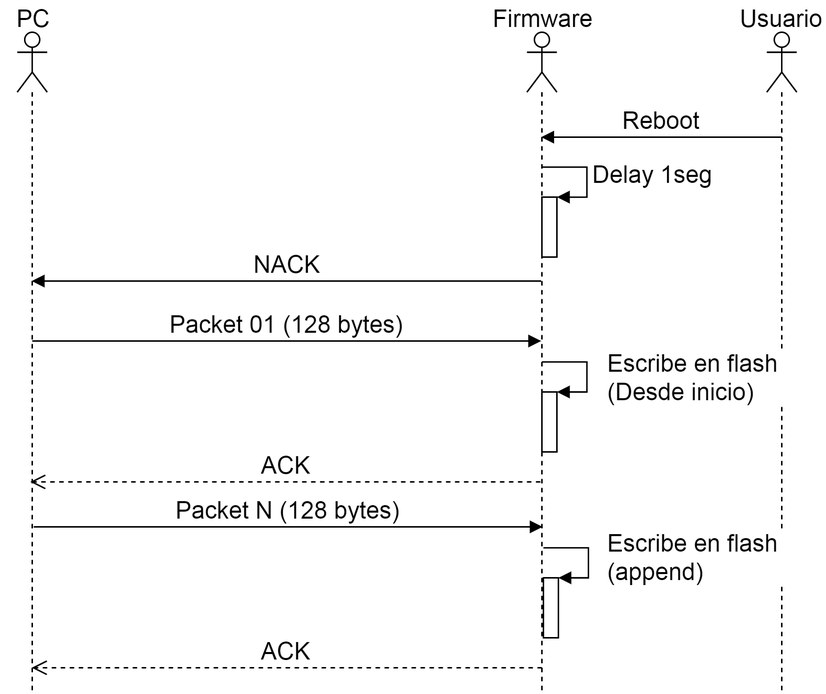
Before: Figures/fig_ide_xmodem.png, a diagram exported from draw.io (ernesto-g/tpfinalcese). Source tidied: cells renumbered, new cells last; positions are measured from the earlier drawing's top-left corner, leaving out a move shared by most shapes.
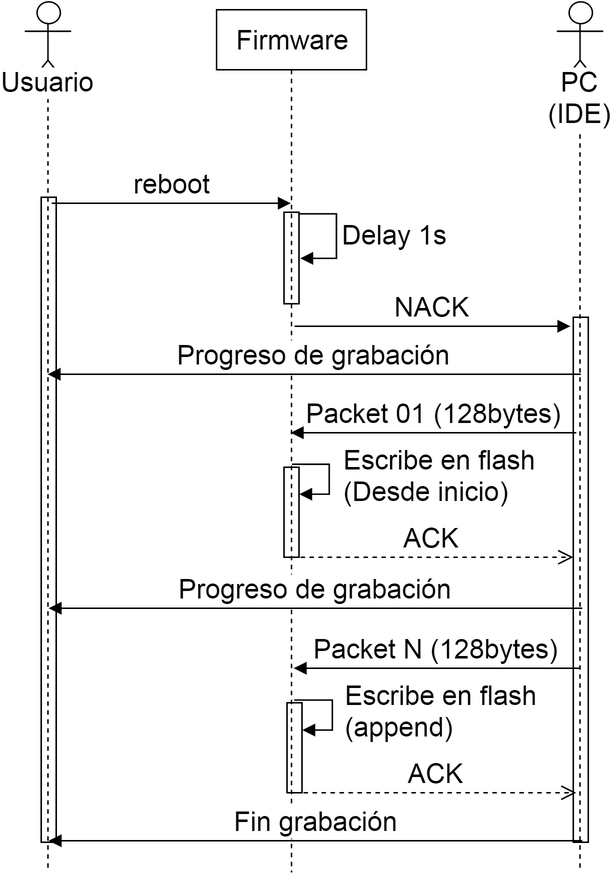
The same file after the commit.

What changed in the source:
```diff
@@ -2,98 +2,111 @@
   <root>
     <mxCell id="0" />
     <mxCell id="1" parent="0" />
-    <mxCell id="2" style="shape=umlLifeline;participant=umlActor;perimeter=lifelinePerimeter;whiteSpace=wrap;html=1;verticalAlign=top;spacingTop=36;labelBackgroundColor=#ffffff;outlineConnect=0;" parent="1" vertex="1">
-      <mxGeometry x="10" y="20" width="20" height="440" as="geometry" />
+    <mxCell id="2" value="Usuario" style="shape=umlLifeline;participant=umlActor;perimeter=lifelinePerimeter;whiteSpace=wrap;html=1;verticalAlign=top;spacingTop=36;labelBackgroundColor=#ffffff;outlineConnect=0;rounded=0;shadow=0;glass=0;comic=0;fillColor=none;fontSize=18;size=58;" parent="1" vertex="1">
+      <mxGeometry x="-218" width="31" height="580" as="geometry" />
     </mxCell>
-    <mxCell id="3" style="shape=umlLifeline;participant=umlActor;perimeter=lifelinePerimeter;whiteSpace=wrap;html=1;verticalAlign=top;spacingTop=36;labelBackgroundColor=#ffffff;outlineConnect=0;" parent="1" vertex="1">
-      <mxGeometry x="350" y="20" width="20" height="440" as="geometry" />
+    <mxCell id="3" value="reboot" style="html=1;verticalAlign=bottom;endArrow=block;fontSize=18;" parent="2" edge="1">
+      <mxGeometry relative="1" as="geometry">
+        <mxPoint x="18" y="134" as="sourcePoint" />
+        <mxPoint x="177.5" y="134" as="targetPoint" />
+      </mxGeometry>
     </mxCell>
-    <mxCell id="4" style="html=1;points=[];perimeter=orthogonalPerimeter;" parent="3" vertex="1">
-      <mxGeometry x="10" y="110" width="10" height="40" as="geometry" />
-    </mxCell>
-    <mxCell id="5" value="&lt;font style=&quot;font-size: 16px&quot;&gt;Delay 1seg&lt;/font&gt;" style="edgeStyle=orthogonalEdgeStyle;html=1;align=left;spacingLeft=2;endArrow=block;rounded=0;entryX=1;entryY=0;strokeColor=#000000;" parent="3" edge="1" source="3" target="4">
-      <mxGeometry relative="1" as="geometry">
-        <Array as="points">
-          <mxPoint x="40" y="90" />
-          <mxPoint x="40" y="110" />
-        </Array>
-      </mxGeometry>
-    </mxCell>
+    <mxCell id="20" style="html=1;perimeter=orthogonalPerimeter;rounded=0;shadow=0;glass=0;comic=0;fillColor=none;fontSize=18;" parent="2" vertex="1">
+      <mxGeometry x="11" y="130" width="10" height="430" as="geometry" />
+    </mxCell>
-    <mxCell id="6" value="&lt;font style=&quot;font-size: 16px&quot;&gt;PC&lt;/font&gt;" style="text;html=1;strokeColor=none;fillColor=none;align=center;verticalAlign=middle;whiteSpace=wrap;" parent="1" vertex="1">
-      <mxGeometry width="40" height="20" as="geometry" />
+    <mxCell id="6" value="Firmware" style="shape=umlLifeline;perimeter=lifelinePerimeter;whiteSpace=wrap;html=1;rounded=0;shadow=0;glass=0;comic=0;fillColor=none;fontSize=18;" parent="1" vertex="1">
+      <mxGeometry x="-90" y="5" width="100" height="575" as="geometry" />
     </mxCell>
+    <mxCell id="14" style="html=1;points=[];perimeter=orthogonalPerimeter;rounded=0;shadow=0;glass=0;comic=0;fillColor=none;fontSize=18;" parent="6" vertex="1">
+      <mxGeometry x="45" y="305" width="10" height="60" as="geometry" />
+    </mxCell>
-    <mxCell id="7" value="&lt;font style=&quot;font-size: 16px&quot;&gt;Firmware&lt;/font&gt;" style="text;html=1;strokeColor=none;fillColor=none;align=center;verticalAlign=middle;whiteSpace=wrap;" parent="1" vertex="1">
-      <mxGeometry x="340" width="40" height="20" as="geometry" />
+    <mxCell id="7" style="html=1;points=[];perimeter=orthogonalPerimeter;rounded=0;shadow=0;glass=0;comic=0;fillColor=none;fontSize=18;" parent="1" vertex="1">
+      <mxGeometry x="-45" y="140" width="10" height="61" as="geometry" />
     </mxCell>
-    <mxCell id="8" value="&lt;font style=&quot;font-size: 16px&quot;&gt;NACK&lt;/font&gt;" style="html=1;verticalAlign=bottom;endArrow=block;strokeColor=#000000;" parent="1" edge="1">
+    <mxCell id="8" value="Delay 1s" style="edgeStyle=orthogonalEdgeStyle;html=1;align=left;spacingLeft=2;endArrow=block;rounded=0;fontSize=18;entryX=1.086;entryY=0.5;entryPerimeter=0;" parent="1" edge="1" target="7">
       <mxGeometry relative="1" as="geometry">
-        <mxPoint x="359.5" y="186" as="sourcePoint" />
-        <mxPoint x="19.7" y="186" as="targetPoint" />
+        <mxPoint x="-35" y="141" as="sourcePoint" />
         <Array as="points">
-          <mxPoint x="240" y="186" />
+          <mxPoint x="-10" y="141" />
+          <mxPoint x="-10" y="171" />
         </Array>
       </mxGeometry>
     </mxCell>
-    <mxCell id="9" style="shape=umlLifeline;participant=umlActor;perimeter=lifelinePerimeter;whiteSpace=wrap;html=1;verticalAlign=top;spacingTop=36;labelBackgroundColor=#ffffff;" parent="1" vertex="1">
-      <mxGeometry x="510" y="20" width="20" height="440" as="geometry" />
+    <mxCell id="9" value="&lt;div&gt;NACK&lt;/div&gt;" style="html=1;verticalAlign=bottom;endArrow=block;fontSize=18;" parent="1" edge="1">
+      <mxGeometry x="234" y="115" as="geometry">
+        <mxPoint x="-38" y="216" as="sourcePoint" />
+        <mxPoint x="146" y="216" as="targetPoint" />
+      </mxGeometry>
     </mxCell>
-    <mxCell id="10" value="&lt;font style=&quot;font-size: 16px&quot;&gt;Reboot&lt;/font&gt;" style="html=1;verticalAlign=bottom;endArrow=block;strokeColor=#000000;" parent="1" edge="1" target="3">
-      <mxGeometry relative="1" as="geometry">
-        <mxPoint x="520" y="90" as="sourcePoint" />
-      </mxGeometry>
+    <mxCell id="10" value="PC (IDE)" style="shape=umlLifeline;participant=umlActor;perimeter=lifelinePerimeter;whiteSpace=wrap;html=1;verticalAlign=top;spacingTop=36;labelBackgroundColor=#ffffff;rounded=0;shadow=0;glass=0;comic=0;fillColor=none;fontSize=18;size=58;" parent="1" vertex="1">
+      <mxGeometry x="137" width="31" height="580" as="geometry" />
     </mxCell>
-    <mxCell id="11" value="&lt;font style=&quot;font-size: 16px&quot;&gt;Usuario&lt;/font&gt;" style="text;html=1;strokeColor=none;fillColor=none;align=center;verticalAlign=middle;whiteSpace=wrap;" parent="1" vertex="1">
-      <mxGeometry x="500" width="40" height="20" as="geometry" />
-    </mxCell>
-    <mxCell id="12" value="&lt;font style=&quot;font-size: 16px&quot;&gt;Packet 01 (128 bytes)&lt;/font&gt;" style="html=1;verticalAlign=bottom;endArrow=block;strokeColor=#000000;" parent="1" edge="1">
-      <mxGeometry relative="1" as="geometry">
-        <mxPoint x="20" y="226" as="sourcePoint" />
-        <mxPoint x="359.5" y="226" as="targetPoint" />
-      </mxGeometry>
-    </mxCell>
-    <mxCell id="13" value="&lt;font style=&quot;font-size: 16px&quot;&gt;ACK&lt;/font&gt;" style="html=1;verticalAlign=bottom;endArrow=open;dashed=1;endSize=8;strokeColor=#000000;" parent="1" edge="1">
-      <mxGeometry relative="1" as="geometry">
-        <mxPoint x="359" y="320" as="sourcePoint" />
-        <mxPoint x="18.7" y="320" as="targetPoint" />
-      </mxGeometry>
-    </mxCell>
-    <mxCell id="14" style="html=1;points=[];perimeter=orthogonalPerimeter;" parent="1" vertex="1">
-      <mxGeometry x="360" y="260" width="10" height="40" as="geometry" />
-    </mxCell>
+    <mxCell id="21" style="html=1;perimeter=orthogonalPerimeter;rounded=0;shadow=0;glass=0;comic=0;fillColor=none;fontSize=18;" parent="10" vertex="1">
+      <mxGeometry x="11" y="210" width="10" height="350" as="geometry" />
+    </mxCell>
+    <mxCell id="22" value="&lt;div&gt;Packet 01 (128bytes)&lt;/div&gt;" style="html=1;verticalAlign=bottom;endArrow=block;fontSize=18;" parent="1" edge="1">
+      <mxGeometry x="386" y="186" as="geometry">
+        <mxPoint x="150" y="287" as="sourcePoint" />
+        <mxPoint x="-40.5" y="287" as="targetPoint" />
+      </mxGeometry>
+    </mxCell>
+    <mxCell id="23" value="Progreso de grabación" style="html=1;verticalAlign=bottom;endArrow=block;fontSize=18;" parent="1" edge="1" target="2">
+      <mxGeometry x="389" y="147" as="geometry">
+        <mxPoint x="153" y="248" as="sourcePoint" />
+      </mxGeometry>
+    </mxCell>
+    <mxCell id="5" value="Escribe en flash&lt;div&gt;(Desde inicio)&lt;/div&gt;" style="edgeStyle=orthogonalEdgeStyle;html=1;align=left;spacingLeft=2;endArrow=block;rounded=0;entryX=1;entryY=0;fontSize=18;" parent="1" edge="1">
+      <mxGeometry y="16" as="geometry">
+        <mxPoint x="-40" y="308" as="sourcePoint" />
+        <mxPoint x="-35" y="328" as="targetPoint" />
+        <Array as="points">
+          <mxPoint x="-15" y="308" />
+        </Array>
+        <mxPoint x="28" y="-2" as="offset" />
+      </mxGeometry>
+    </mxCell>
-    <mxCell id="15" value="&lt;font style=&quot;font-size: 16px&quot;&gt;Escribe en flash&amp;nbsp;&lt;/font&gt;&lt;div&gt;&lt;font style=&quot;font-size: 16px&quot;&gt;(Desde inicio)&lt;/font&gt;&lt;/div&gt;" style="edgeStyle=orthogonalEdgeStyle;html=1;align=left;spacingLeft=2;endArrow=block;rounded=0;entryX=1;entryY=0;strokeColor=#000000;" parent="1" edge="1" target="14">
-      <mxGeometry as="geometry">
-        <mxPoint x="359.7" y="240.3" as="sourcePoint" />
-        <Array as="points">
-          <mxPoint x="390" y="240" />
-          <mxPoint x="390" y="260" />
-        </Array>
-        <mxPoint x="35" as="offset" />
+    <mxCell id="15" value="ACK" style="html=1;verticalAlign=bottom;endArrow=open;dashed=1;endSize=8;fontSize=18;" parent="1" edge="1">
+      <mxGeometry relative="1" as="geometry">
+        <mxPoint x="-40" y="370" as="sourcePoint" />
+        <mxPoint x="148" y="370" as="targetPoint" />
       </mxGeometry>
     </mxCell>
-    <mxCell id="16" value="&lt;font style=&quot;font-size: 16px&quot;&gt;Packet N (128 bytes)&lt;/font&gt;" style="html=1;verticalAlign=bottom;endArrow=block;strokeColor=#000000;" parent="1" edge="1">
-      <mxGeometry x="221" y="370" as="geometry">
-        <mxPoint x="21" y="350" as="sourcePoint" />
-        <mxPoint x="360.5" y="350" as="targetPoint" />
+    <mxCell id="16" value="Progreso de grabación" style="html=1;verticalAlign=bottom;endArrow=block;fontSize=18;" parent="1" edge="1">
+      <mxGeometry x="390" y="303" as="geometry">
+        <mxPoint x="154" y="404" as="sourcePoint" />
+        <mxPoint x="-202" y="404" as="targetPoint" />
       </mxGeometry>
     </mxCell>
-    <mxCell id="17" value="&lt;font style=&quot;font-size: 16px&quot;&gt;ACK&lt;/font&gt;" style="html=1;verticalAlign=bottom;endArrow=open;dashed=1;endSize=8;strokeColor=#000000;" parent="1" edge="1">
-      <mxGeometry x="219.7" y="464" as="geometry">
-        <mxPoint x="360" y="444" as="sourcePoint" />
-        <mxPoint x="19.7" y="444" as="targetPoint" />
-      </mxGeometry>
+    <mxCell id="17" style="html=1;perimeter=orthogonalPerimeter;rounded=0;shadow=0;glass=0;comic=0;fillColor=none;fontSize=18;" parent="1" vertex="1">
+      <mxGeometry x="-43" y="467" width="10" height="60" as="geometry" />
     </mxCell>
-    <mxCell id="18" style="html=1;points=[];perimeter=orthogonalPerimeter;" parent="1" vertex="1">
-      <mxGeometry x="361" y="384" width="10" height="40" as="geometry" />
+    <mxCell id="18" value="&lt;div&gt;Packet N (128bytes)&lt;/div&gt;" style="html=1;verticalAlign=bottom;endArrow=block;fontSize=18;" parent="1" edge="1">
+      <mxGeometry x="388" y="343" as="geometry">
+        <mxPoint x="152" y="444" as="sourcePoint" />
+        <mxPoint x="-38.5" y="444" as="targetPoint" />
+      </mxGeometry>
     </mxCell>
-    <mxCell id="19" value="&lt;font style=&quot;font-size: 16px&quot;&gt;Escribe en flash&amp;nbsp;&lt;/font&gt;&lt;div&gt;&lt;font style=&quot;font-size: 16px&quot;&gt;(append)&lt;/font&gt;&lt;/div&gt;" style="edgeStyle=orthogonalEdgeStyle;html=1;align=left;spacingLeft=2;endArrow=block;rounded=0;entryX=1;entryY=0;strokeColor=#000000;" parent="1" edge="1" target="18">
-      <mxGeometry as="geometry">
-        <mxPoint x="361" y="364.3" as="sourcePoint" />
+    <mxCell id="19" value="Escribe en flash&lt;div&gt;(append)&lt;/div&gt;" style="edgeStyle=orthogonalEdgeStyle;html=1;align=left;spacingLeft=2;endArrow=block;rounded=0;entryX=1;entryY=0;fontSize=18;" parent="1" edge="1">
+      <mxGeometry x="2" y="173" as="geometry">
+        <mxPoint x="-38" y="465" as="sourcePoint" />
+        <mxPoint x="-33" y="485" as="targetPoint" />
         <Array as="points">
-          <mxPoint x="391" y="364" />
-          <mxPoint x="391" y="384" />
+          <mxPoint x="-13" y="465" />
         </Array>
-        <mxPoint x="34" y="-4" as="offset" />
+        <mxPoint x="28" y="-2" as="offset" />
       </mxGeometry>
     </mxCell>
+    <mxCell id="13" value="ACK" style="html=1;verticalAlign=bottom;endArrow=open;dashed=1;endSize=8;fontSize=18;" parent="1" edge="1">
+      <mxGeometry x="162" y="547" as="geometry">
+        <mxPoint x="-38" y="527" as="sourcePoint" />
+        <mxPoint x="150" y="527" as="targetPoint" />
+      </mxGeometry>
+    </mxCell>
+    <mxCell id="24" value="Fin grabación" style="html=1;verticalAlign=bottom;endArrow=block;fontSize=18;" parent="1" edge="1">
+      <mxGeometry x="390" y="458" as="geometry">
+        <mxPoint x="154" y="559" as="sourcePoint" />
+        <mxPoint x="-202" y="559" as="targetPoint" />
+      </mxGeometry>
+    </mxCell>
   </root>
 </mxGraphModel>
```
